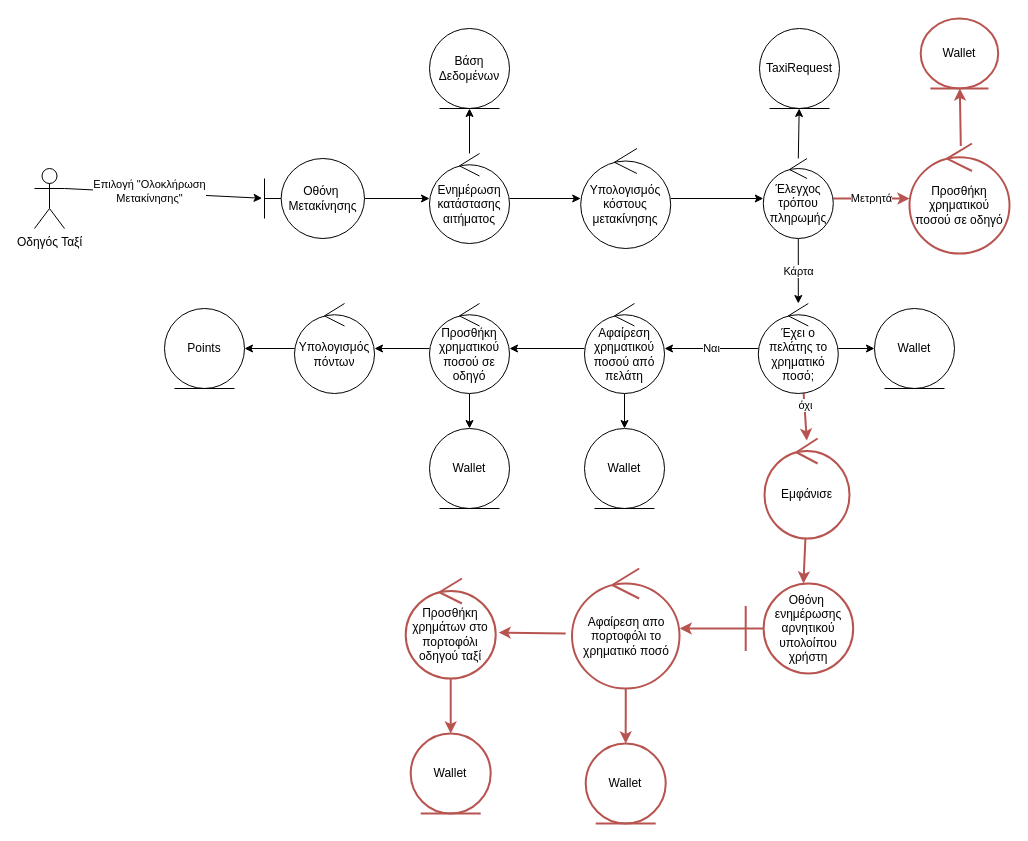
Earlier version of the draw.io diagram Part_2/Robustness/diagrams/10_Αποβίβαση_από_Ταξί.drawio (Nikolis2002/texnoligia_logismikou). Source tidied: cells renumbered, new cells numbered last; positions are measured from the earlier drawing's top-left corner, leaving out a move shared by most shapes. Both pictures are drawn from the tidied source at 100%, with x=0, y=0 at pixel (34, 18).
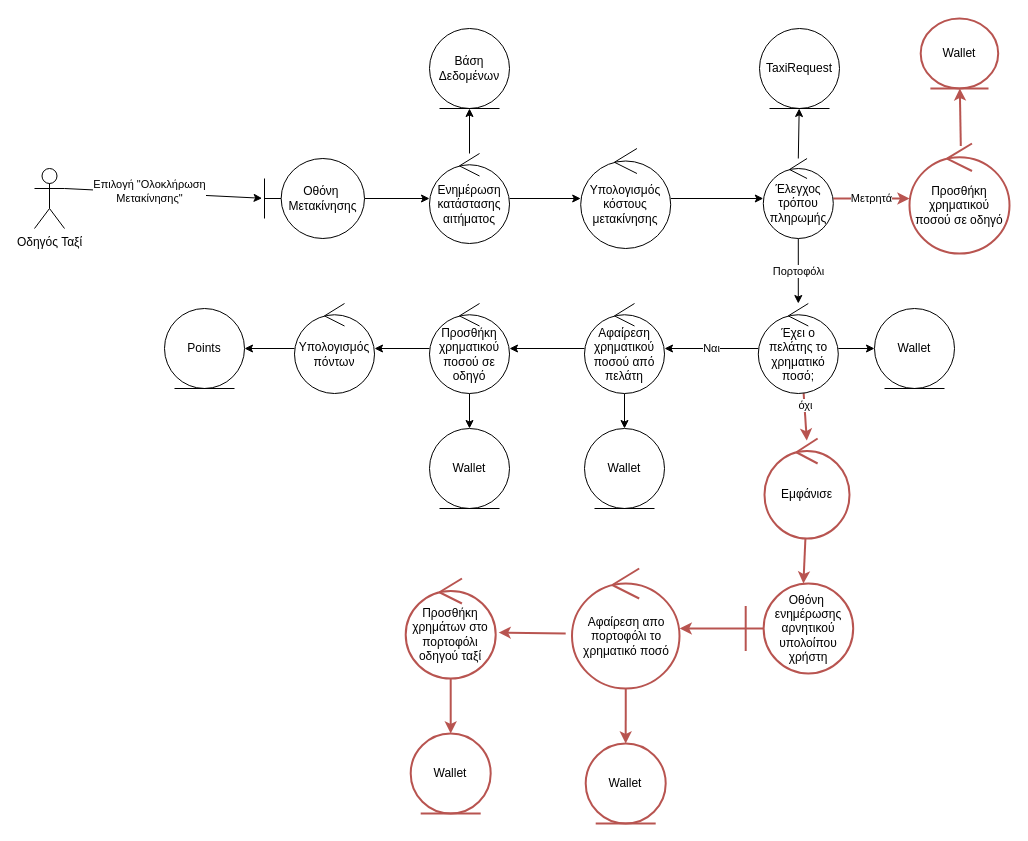
The same diagram, later.

The change refers to these unchanged cells:
```xml
<mxCell id="16" value="Έλεγχος τρόπου πληρωμής" style="ellipse;shape=umlControl;whiteSpace=wrap;html=1;strokeWidth=1;" parent="1" vertex="1">
  <mxGeometry x="728.8" y="140" width="70" height="80" as="geometry" />
</mxCell>
<mxCell id="22" value="Έχει ο πελάτης το χρηματικό ποσό;" style="ellipse;shape=umlControl;whiteSpace=wrap;html=1;strokeWidth=1;" parent="1" vertex="1">
  <mxGeometry x="723.8" y="285" width="80" height="90" as="geometry" />
</mxCell>
```

The edit, as a diff of the source:
```diff
@@
-    <mxCell id="14" value="Κάρτα" style="edgeStyle=none;html=1;strokeWidth=1;" parent="1" edge="1" source="16" target="22">
-      <mxGeometry relative="1" as="geometry" />
+    <mxCell id="14" value="Πορτοφόλι" style="edgeStyle=none;html=1;strokeWidth=1;" parent="1" edge="1" source="16" target="22">
+      <mxGeometry x="0.02" relative="1" as="geometry" />
     </mxCell>
```
